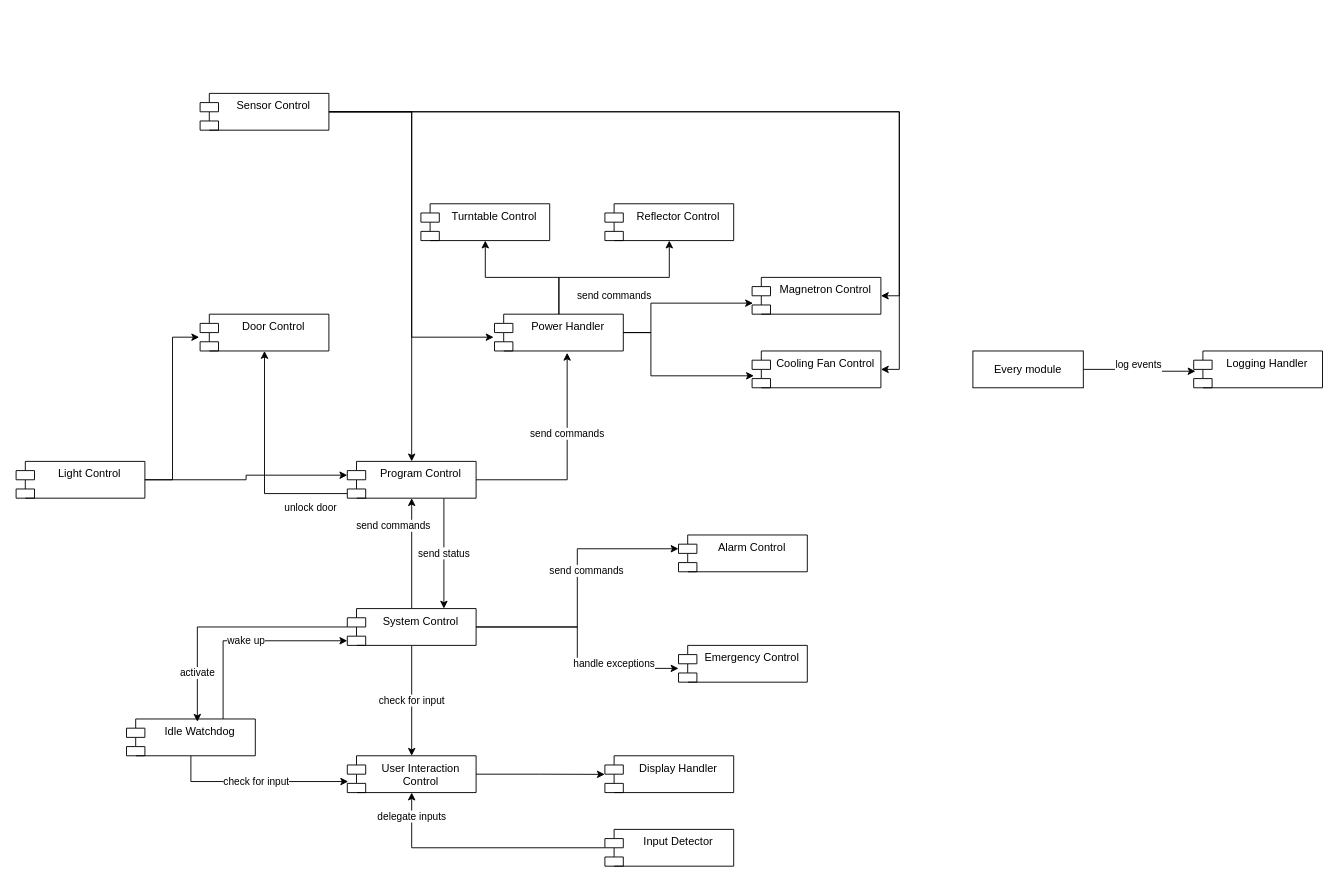
Before: docs/diagrams/Architecture.drawio in tj0vtj0v/KI-B-4-Software_Engineering, a draw.io diagram. Source tidied: cells renumbered, new cells numbered last; positions are measured from the earlier drawing's top-left corner, leaving out a move shared by most shapes. Both pictures are drawn from the tidied source at 92%, with x=0, y=0 at pixel (16, 93).
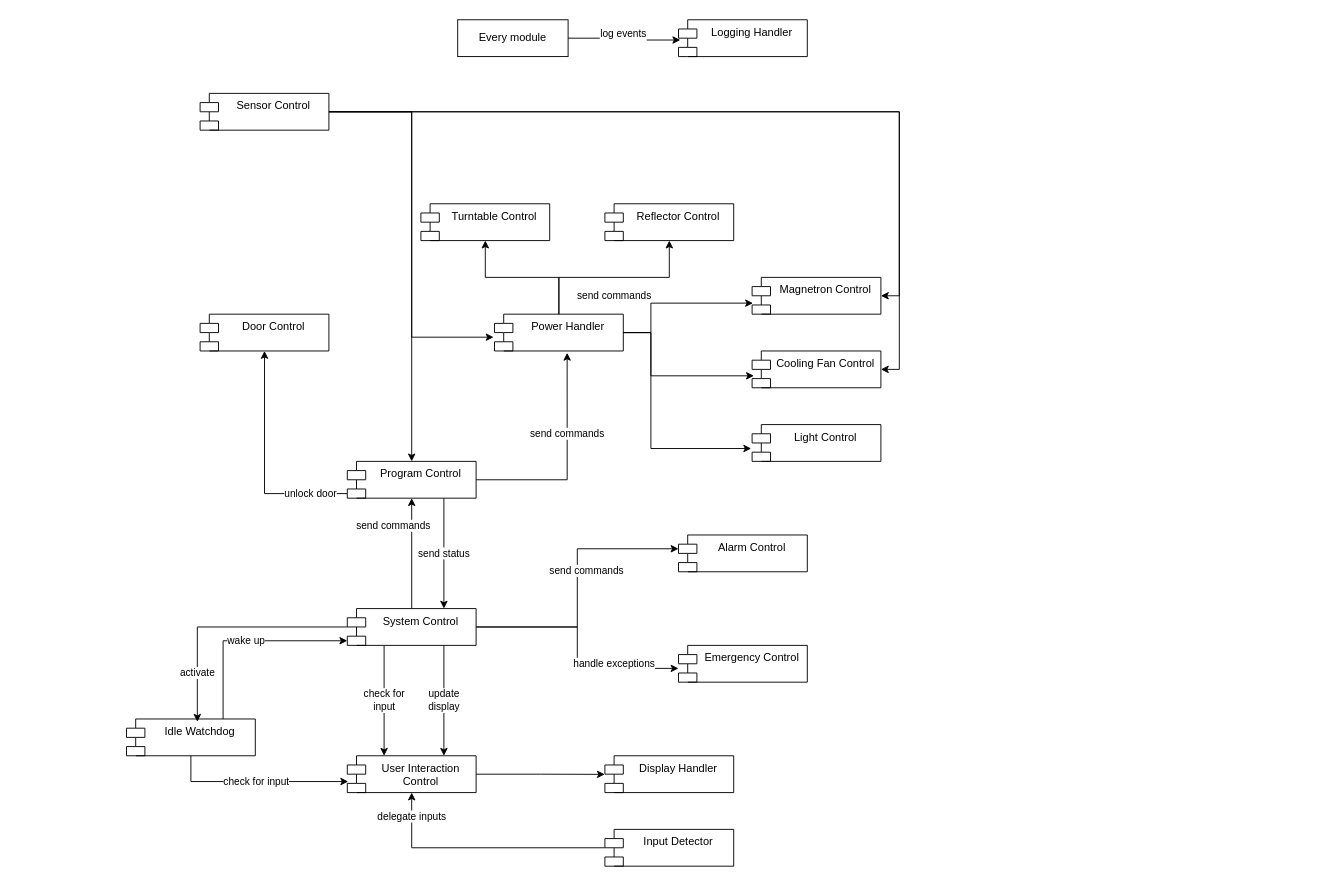
Above is the later version.

The change refers to these unchanged cells:
```xml
<mxCell id="4" value="System Control" style="shape=module;align=left;spacingLeft=20;align=center;verticalAlign=top;whiteSpace=wrap;html=1;" parent="1" vertex="1">
  <mxGeometry x="360" y="560" width="140" height="40" as="geometry" />
</mxCell>
<mxCell id="8" value="Program Control" style="shape=module;align=left;spacingLeft=20;align=center;verticalAlign=top;whiteSpace=wrap;html=1;" parent="1" vertex="1">
  <mxGeometry x="360" y="400" width="140" height="40" as="geometry" />
</mxCell>
<mxCell id="10" value="Power Handler" style="shape=module;align=left;spacingLeft=20;align=center;verticalAlign=top;whiteSpace=wrap;html=1;" parent="1" vertex="1">
  <mxGeometry x="520" y="240" width="140" height="40" as="geometry" />
</mxCell>
<mxCell id="11" value="Door Control" style="shape=module;align=left;spacingLeft=20;align=center;verticalAlign=top;whiteSpace=wrap;html=1;" parent="1" vertex="1">
  <mxGeometry x="200" y="240" width="140" height="40" as="geometry" />
</mxCell>
<mxCell id="28" value="User Interaction Control" style="shape=module;align=left;spacingLeft=20;align=center;verticalAlign=top;whiteSpace=wrap;html=1;" parent="1" vertex="1">
  <mxGeometry x="360" y="720" width="140" height="40" as="geometry" />
</mxCell>
```

What changed in the source:
```diff
@@
-    <mxCell id="2" value="check for input" style="edgeStyle=orthogonalEdgeStyle;rounded=0;jettySize=auto;html=1;entryX=0.5;entryY=0;entryDx=0;entryDy=0;" parent="1" edge="1" source="4" target="28">
-      <mxGeometry relative="1" as="geometry" />
+    <mxCell id="2" value="&lt;div&gt;check for&lt;/div&gt;&lt;div&gt;input&lt;/div&gt;" style="edgeStyle=orthogonalEdgeStyle;rounded=0;orthogonalLoop=1;jettySize=auto;html=1;entryX=0.5;entryY=0;entryDx=0;entryDy=0;" parent="1" edge="1">
+      <mxGeometry relative="1" as="geometry">
+        <mxPoint x="400" y="600" as="sourcePoint" />
+        <mxPoint x="400" y="720" as="targetPoint" />
+      </mxGeometry>
     </mxCell>
@@
     <mxCell id="5" value="Light Control" style="shape=module;align=left;spacingLeft=20;align=center;verticalAlign=top;whiteSpace=wrap;html=1;" parent="1" vertex="1">
-      <mxGeometry y="400" width="140" height="40" as="geometry" />
+      <mxGeometry x="800" y="360" width="140" height="40" as="geometry" />
     </mxCell>
     <mxCell id="6" value="unlock door" style="edgeStyle=orthogonalEdgeStyle;rounded=0;jettySize=auto;html=1;entryX=0.5;entryY=1;entryDx=0;entryDy=0;exitX=0;exitY=0;exitDx=0;exitDy=35;exitPerimeter=0;" parent="1" edge="1" source="8" target="11">
-      <mxGeometry x="-0.67" y="15" relative="1" as="geometry" />
+      <mxGeometry x="-0.67" relative="1" as="geometry" />
     </mxCell>
@@
-    <mxCell id="24" style="edgeStyle=orthogonalEdgeStyle;rounded=0;jettySize=auto;html=1;entryX=-0.007;entryY=0.625;entryDx=0;entryDy=0;entryPerimeter=0;" parent="1" edge="1" source="5" target="11">
-      <mxGeometry relative="1" as="geometry" />
-    </mxCell>
-    <mxCell id="25" style="edgeStyle=orthogonalEdgeStyle;rounded=0;jettySize=auto;html=1;entryX=0;entryY=0;entryDx=0;entryDy=15;entryPerimeter=0;" parent="1" edge="1" source="5" target="8">
-      <mxGeometry relative="1" as="geometry" />
-    </mxCell>
@@
     <mxCell id="32" value="Logging Handler" style="shape=module;align=left;spacingLeft=20;align=center;verticalAlign=top;whiteSpace=wrap;html=1;" parent="1" vertex="1">
-      <mxGeometry x="1280" y="280" width="140" height="40" as="geometry" />
+      <mxGeometry x="720" y="-80" width="140" height="40" as="geometry" />
     </mxCell>
     <mxCell id="33" value="Every module" style="rounded=0;whiteSpace=wrap;html=1;" parent="1" vertex="1">
-      <mxGeometry x="1040" y="280" width="120" height="40" as="geometry" />
+      <mxGeometry x="480" y="-80" width="120" height="40" as="geometry" />
     </mxCell>
@@
+    <mxCell id="43" value="&lt;div&gt;update&lt;/div&gt;&lt;div&gt;display&lt;/div&gt;" style="edgeStyle=orthogonalEdgeStyle;rounded=0;jettySize=auto;html=1;entryX=0.75;entryY=0;entryDx=0;entryDy=0;exitX=0.75;exitY=1;exitDx=0;exitDy=0;" parent="1" edge="1" source="4" target="28">
+      <mxGeometry relative="1" as="geometry" />
+    </mxCell>
+    <mxCell id="44" style="edgeStyle=orthogonalEdgeStyle;rounded=0;jettySize=auto;html=1;entryX=-0.007;entryY=0.65;entryDx=0;entryDy=0;entryPerimeter=0;exitX=1;exitY=0.5;exitDx=0;exitDy=0;" parent="1" edge="1" source="10" target="5">
+      <mxGeometry relative="1" as="geometry">
+        <Array as="points">
+          <mxPoint x="690" y="260" />
+          <mxPoint x="690" y="386" />
+        </Array>
+      </mxGeometry>
+    </mxCell>
```
